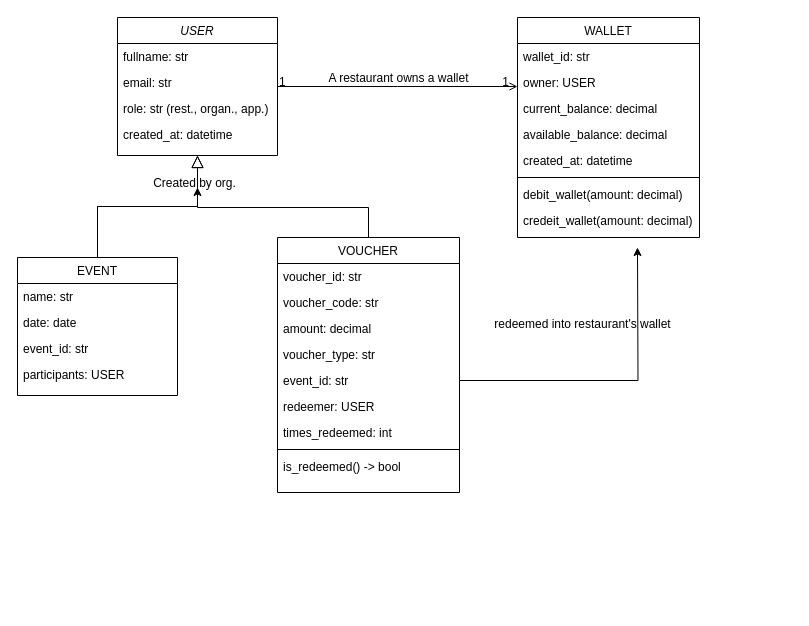
Before: evoucher-models.drawio in DevPrinceK/evoucher, a draw.io diagram. Source tidied: cells renumbered, new cells numbered last; positions are measured from the earlier drawing's top-left corner, leaving out a move shared by most shapes. Both pictures are drawn from the tidied source at 100%, with x=0, y=0 at pixel (17, 17).
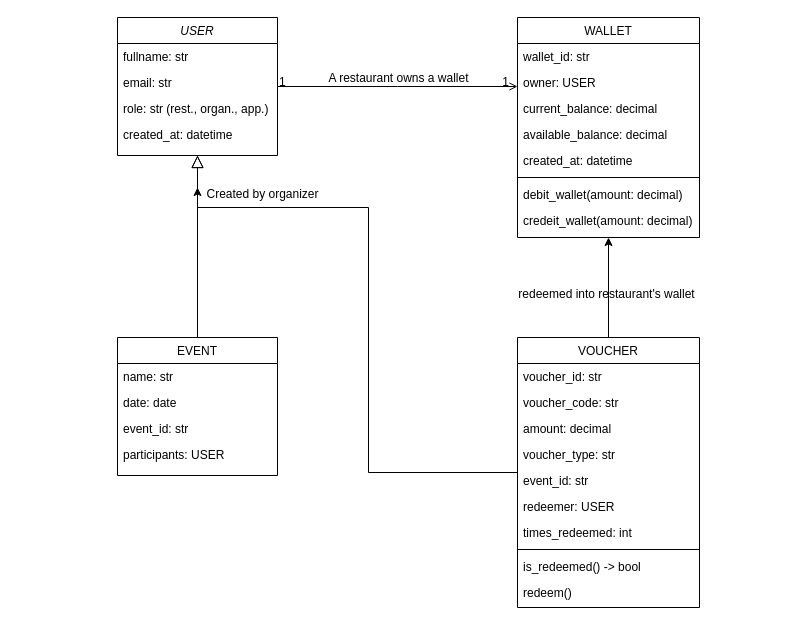
Above is the later version.

Unchanged cells that the change refers to:
```xml
<mxCell id="14" value="WALLET" style="swimlane;fontStyle=0;align=center;verticalAlign=top;horizontal=1;startSize=26;rounded=0;shadow=0;strokeWidth=1;" parent="1" vertex="1">
  <mxGeometry x="500" width="182" height="220" as="geometry" />
</mxCell>
<mxCell id="34" value="event_id: str" style="text;align=left;verticalAlign=top;spacingLeft=4;spacingRight=4;overflow=hidden;points=[[0,0.5],[1,0.5]];portConstraint=eastwest;" parent="29" vertex="1">
  <mxGeometry y="130" width="182" height="26" as="geometry" />
</mxCell>
```

What changed in the source:
```diff
@@
     <mxCell id="7" value="EVENT" style="swimlane;fontStyle=0;align=center;verticalAlign=top;horizontal=1;startSize=26;rounded=0;shadow=0;strokeWidth=1;" parent="1" vertex="1">
-      <mxGeometry y="240" width="160" height="138" as="geometry" />
+      <mxGeometry x="100" y="320" width="160" height="138" as="geometry" />
     </mxCell>
@@
-    <mxCell id="27" value="Created by org." style="text;html=1;align=center;verticalAlign=middle;labelBackgroundColor=none;rounded=0;shadow=0;strokeWidth=1;fontSize=12;" parent="1" vertex="1">
-      <mxGeometry x="362" y="69" as="geometry">
+    <mxCell id="27" value="Created by organizer" style="text;html=1;align=center;verticalAlign=middle;labelBackgroundColor=none;rounded=0;shadow=0;strokeWidth=1;fontSize=12;" parent="1" vertex="1">
+      <mxGeometry x="430" y="80" as="geometry">
         <mxPoint x="-186" y="96" as="offset" />
       </mxGeometry>
     </mxCell>
@@
+    <mxCell id="41" style="edgeStyle=orthogonalEdgeStyle;rounded=0;jettySize=auto;html=1;entryX=0.5;entryY=1;entryDx=0;entryDy=0;" parent="1" edge="1" source="29" target="14">
+      <mxGeometry relative="1" as="geometry" />
+    </mxCell>
     <mxCell id="29" value="VOUCHER" style="swimlane;fontStyle=0;align=center;verticalAlign=top;horizontal=1;startSize=26;rounded=0;shadow=0;strokeWidth=1;" parent="1" vertex="1">
-      <mxGeometry x="260" y="220" width="182" height="255" as="geometry" />
+      <mxGeometry x="500" y="320" width="182" height="270" as="geometry" />
     </mxCell>
@@
-    <mxCell id="39" style="edgeStyle=orthogonalEdgeStyle;rounded=0;jettySize=auto;html=1;" parent="1" edge="1" source="34">
-      <mxGeometry relative="1" as="geometry">
-        <mxPoint x="620" y="230" as="targetPoint" />
-      </mxGeometry>
-    </mxCell>
+    <mxCell id="42" value="redeem()" style="text;align=left;verticalAlign=top;spacingLeft=4;spacingRight=4;overflow=hidden;" parent="29" vertex="1">
+      <mxGeometry y="242" width="182" height="26" as="geometry" />
+    </mxCell>
     <mxCell id="40" value="redeemed into restaurant's wallet" style="text;html=1;align=center;verticalAlign=middle;labelBackgroundColor=none;rounded=0;shadow=0;strokeWidth=1;fontSize=12;" parent="1" vertex="1">
-      <mxGeometry x="750" y="210" as="geometry">
+      <mxGeometry x="774" y="180" as="geometry">
         <mxPoint x="-186" y="96" as="offset" />
       </mxGeometry>
     </mxCell>
```
